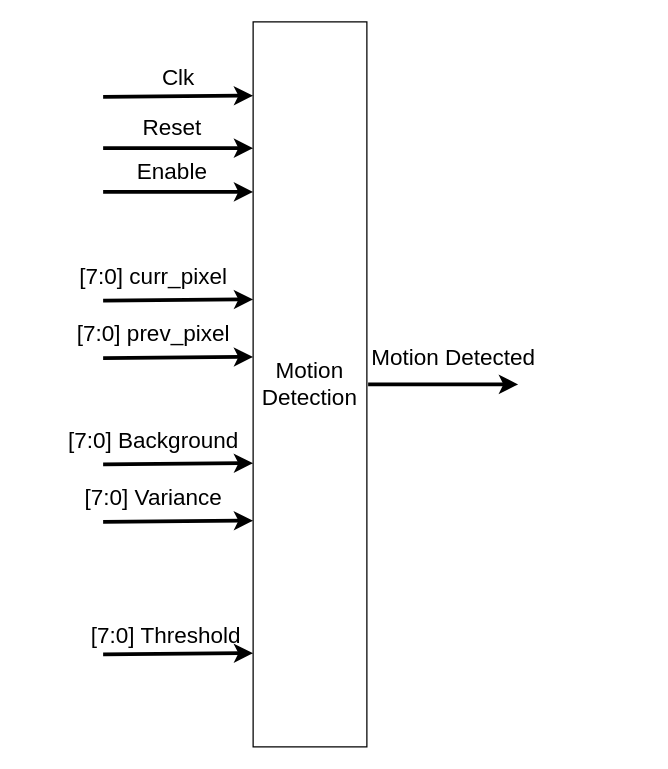
The draw.io diagram drawings/Box_Filter.drawio in sabarioded/Hardware_for_Digital_Video_Motion_Detector, before the edit. Source tidied: cells renumbered, new cells numbered last; positions are measured from the earlier drawing's top-left corner, leaving out a move shared by most shapes. Both pictures are drawn from the tidied source at 125%, with x=0, y=0 at pixel (52, 21).
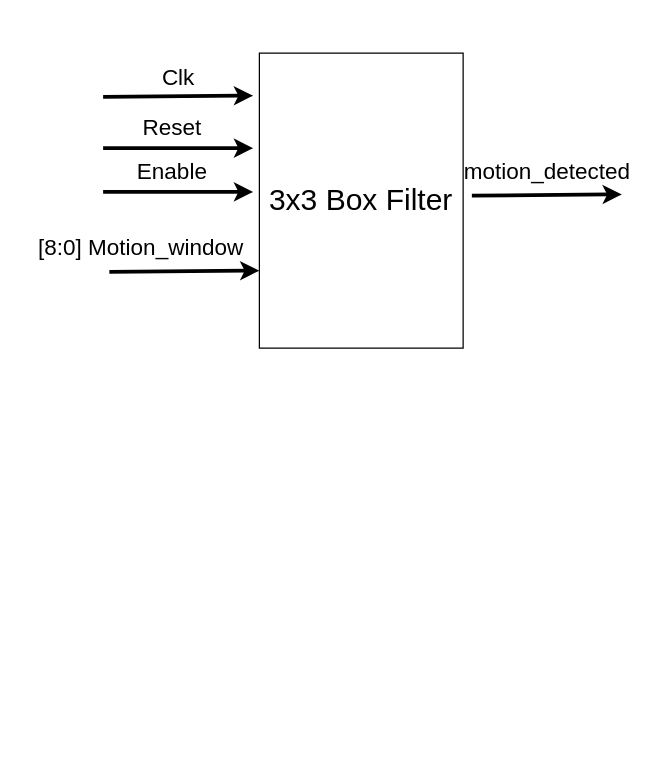
After the change.

What changed in the source:
```diff
@@
-    <mxCell id="2" value="&lt;font style=&quot;font-size: 18px;&quot;&gt;Motion Detection&lt;/font&gt;" style="whiteSpace=wrap;html=1;" parent="1" vertex="1">
-      <mxGeometry x="160" width="91" height="580" as="geometry" />
-    </mxCell>
@@
-    <mxCell id="9" style="endArrow=classic;html=1;rounded=0;strokeWidth=3;" parent="1" edge="1">
-      <mxGeometry relative="1" as="geometry">
-        <mxPoint x="40" y="223" as="sourcePoint" />
-        <mxPoint x="160" y="222" as="targetPoint" />
-      </mxGeometry>
-    </mxCell>
-    <mxCell id="10" value="&lt;span style=&quot;font-size: 18px;&quot;&gt;[7:0] curr_pixel&lt;/span&gt;" style="text;html=1;align=center;verticalAlign=middle;strokeColor=none;fillColor=none;" parent="1" vertex="1">
-      <mxGeometry x="10" y="184" width="140" height="40" as="geometry" />
-    </mxCell>
-    <mxCell id="11" style="endArrow=classic;html=1;rounded=0;strokeWidth=3;" parent="1" edge="1">
-      <mxGeometry relative="1" as="geometry">
-        <mxPoint x="40" y="269" as="sourcePoint" />
-        <mxPoint x="160" y="268" as="targetPoint" />
-      </mxGeometry>
-    </mxCell>
-    <mxCell id="12" value="&lt;span style=&quot;font-size: 18px;&quot;&gt;[7:0] prev_pixel&lt;/span&gt;" style="text;html=1;align=center;verticalAlign=middle;strokeColor=none;fillColor=none;" parent="1" vertex="1">
-      <mxGeometry x="5" y="230" width="150" height="40" as="geometry" />
-    </mxCell>
-    <mxCell id="13" style="endArrow=classic;html=1;rounded=0;strokeWidth=3;" parent="1" edge="1">
-      <mxGeometry relative="1" as="geometry">
-        <mxPoint x="40" y="354" as="sourcePoint" />
-        <mxPoint x="160" y="353" as="targetPoint" />
-      </mxGeometry>
-    </mxCell>
-    <mxCell id="14" value="&lt;span style=&quot;font-size: 18px;&quot;&gt;[7:0] Background&lt;/span&gt;" style="text;html=1;align=center;verticalAlign=middle;strokeColor=none;fillColor=none;" parent="1" vertex="1">
-      <mxGeometry y="315" width="160" height="40" as="geometry" />
-    </mxCell>
-    <mxCell id="15" style="endArrow=classic;html=1;rounded=0;strokeWidth=3;" parent="1" edge="1">
-      <mxGeometry relative="1" as="geometry">
-        <mxPoint x="40" y="400" as="sourcePoint" />
-        <mxPoint x="160" y="399" as="targetPoint" />
-      </mxGeometry>
-    </mxCell>
-    <mxCell id="16" value="&lt;span style=&quot;font-size: 18px;&quot;&gt;[7:0] Variance&lt;/span&gt;" style="text;html=1;align=center;verticalAlign=middle;strokeColor=none;fillColor=none;" parent="1" vertex="1">
-      <mxGeometry x="15" y="361" width="130" height="40" as="geometry" />
-    </mxCell>
-    <mxCell id="17" style="endArrow=classic;html=1;rounded=0;strokeWidth=3;" parent="1" edge="1">
-      <mxGeometry relative="1" as="geometry">
-        <mxPoint x="40" y="506" as="sourcePoint" />
-        <mxPoint x="160" y="505" as="targetPoint" />
-      </mxGeometry>
-    </mxCell>
-    <mxCell id="18" value="&lt;font style=&quot;font-size: 18px;&quot;&gt;[7:0] Threshold&lt;/font&gt;" style="text;html=1;align=center;verticalAlign=middle;strokeColor=none;fillColor=none;" parent="1" vertex="1">
-      <mxGeometry x="20" y="471" width="140" height="40" as="geometry" />
-    </mxCell>
-    <mxCell id="19" style="endArrow=classic;html=1;rounded=0;strokeWidth=3;" parent="1" edge="1">
-      <mxGeometry relative="1" as="geometry">
-        <mxPoint x="252" y="290" as="sourcePoint" />
-        <mxPoint x="372" y="290" as="targetPoint" />
-      </mxGeometry>
-    </mxCell>
-    <mxCell id="20" value="&lt;font style=&quot;font-size: 18px;&quot;&gt;Motion Detected&lt;/font&gt;" style="text;html=1;align=center;verticalAlign=middle;strokeColor=none;fillColor=none;" parent="1" vertex="1">
-      <mxGeometry x="245" y="249" width="150" height="40" as="geometry" />
-    </mxCell>
+    <mxCell id="21" value="&lt;font style=&quot;font-size: 24px;&quot;&gt;3x3 Box Filter&lt;/font&gt;" style="rounded=0;whiteSpace=wrap;html=1;" parent="1" vertex="1">
+      <mxGeometry x="165" y="25" width="163" height="236" as="geometry" />
+    </mxCell>
+    <mxCell id="22" style="endArrow=classic;html=1;rounded=0;strokeWidth=3;" parent="1" edge="1">
+      <mxGeometry relative="1" as="geometry">
+        <mxPoint x="45" y="200" as="sourcePoint" />
+        <mxPoint x="165" y="199" as="targetPoint" />
+      </mxGeometry>
+    </mxCell>
+    <mxCell id="23" value="&lt;span style=&quot;font-size: 18px;&quot;&gt;[8:0] Motion_window&lt;/span&gt;" style="text;html=1;align=center;verticalAlign=middle;strokeColor=none;fillColor=none;" parent="1" vertex="1">
+      <mxGeometry x="-25" y="161" width="190" height="40" as="geometry" />
+    </mxCell>
+    <mxCell id="24" style="endArrow=classic;html=1;rounded=0;strokeWidth=3;" parent="1" edge="1">
+      <mxGeometry relative="1" as="geometry">
+        <mxPoint x="335" y="139" as="sourcePoint" />
+        <mxPoint x="455" y="138" as="targetPoint" />
+      </mxGeometry>
+    </mxCell>
+    <mxCell id="25" value="&lt;span style=&quot;font-size: 18px;&quot;&gt;motion_detected&lt;/span&gt;" style="text;html=1;align=center;verticalAlign=middle;strokeColor=none;fillColor=none;" parent="1" vertex="1">
+      <mxGeometry x="315" y="100" width="160" height="40" as="geometry" />
+    </mxCell>
```
